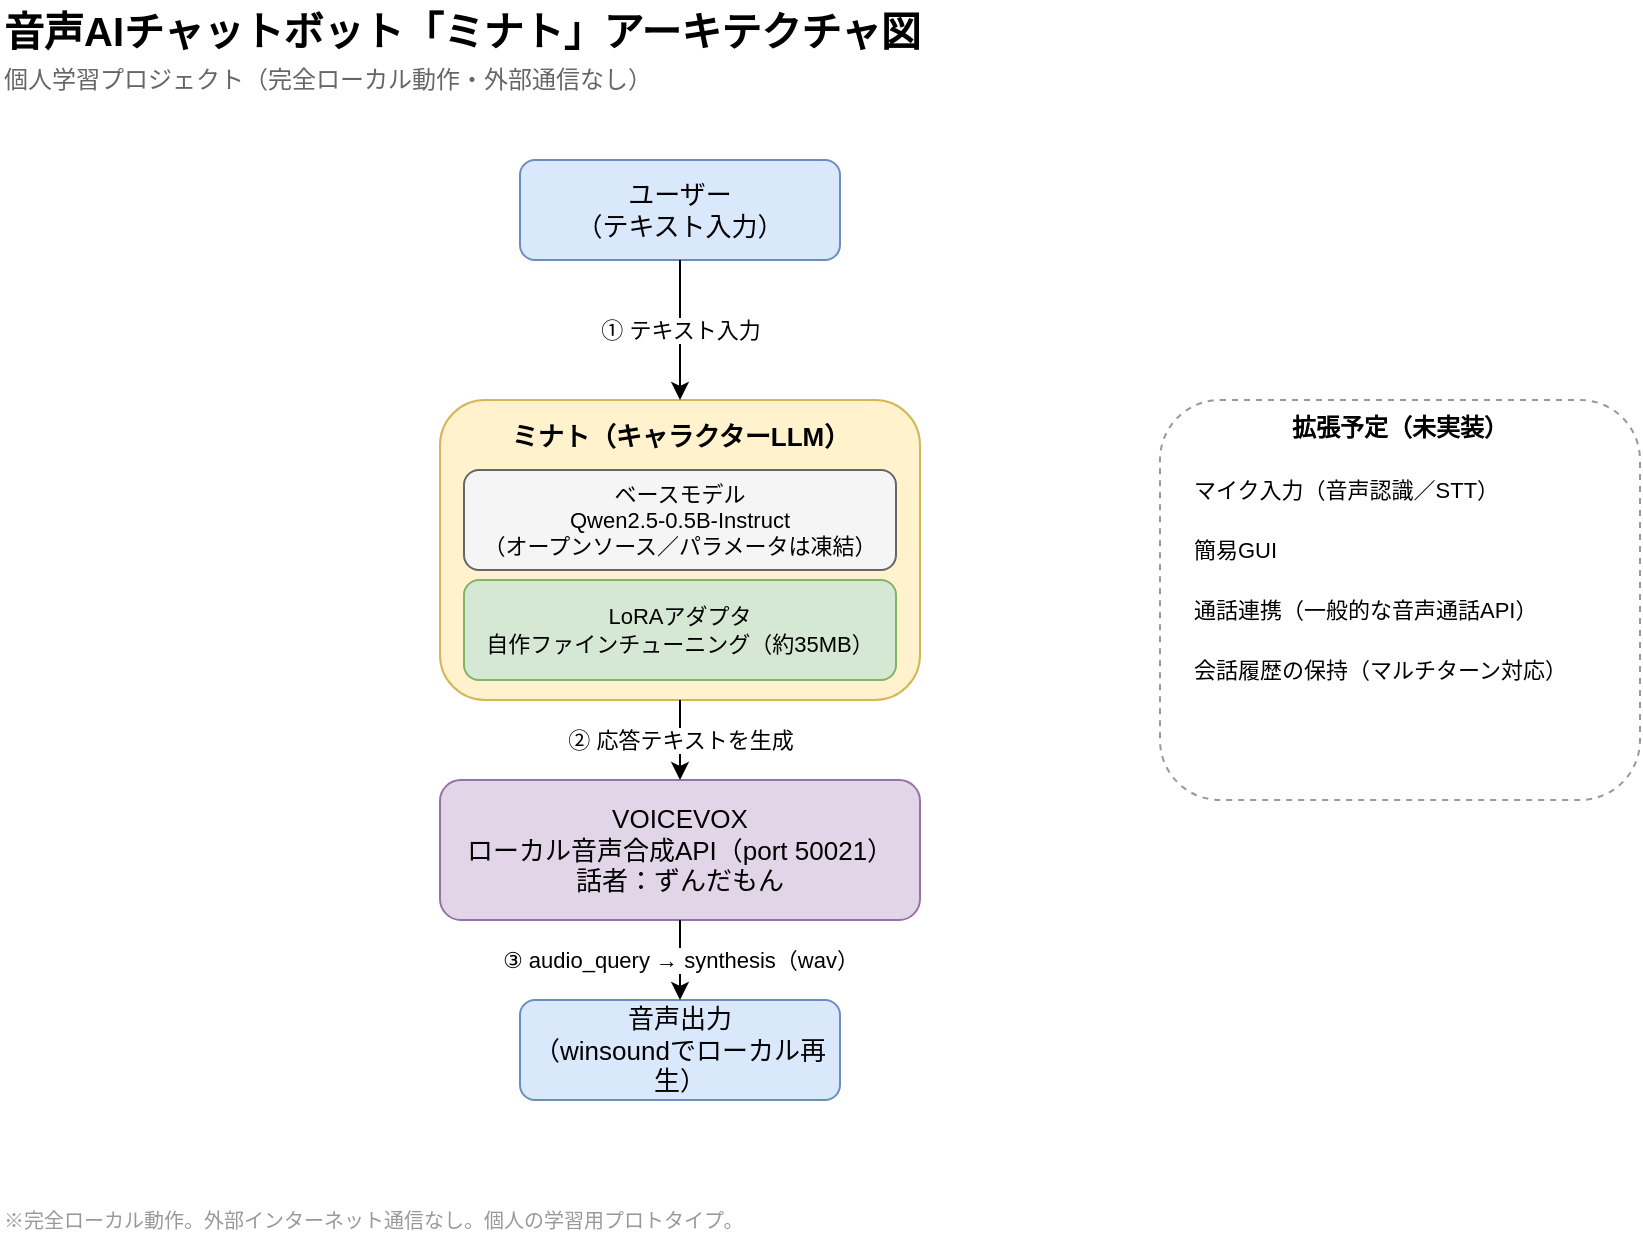
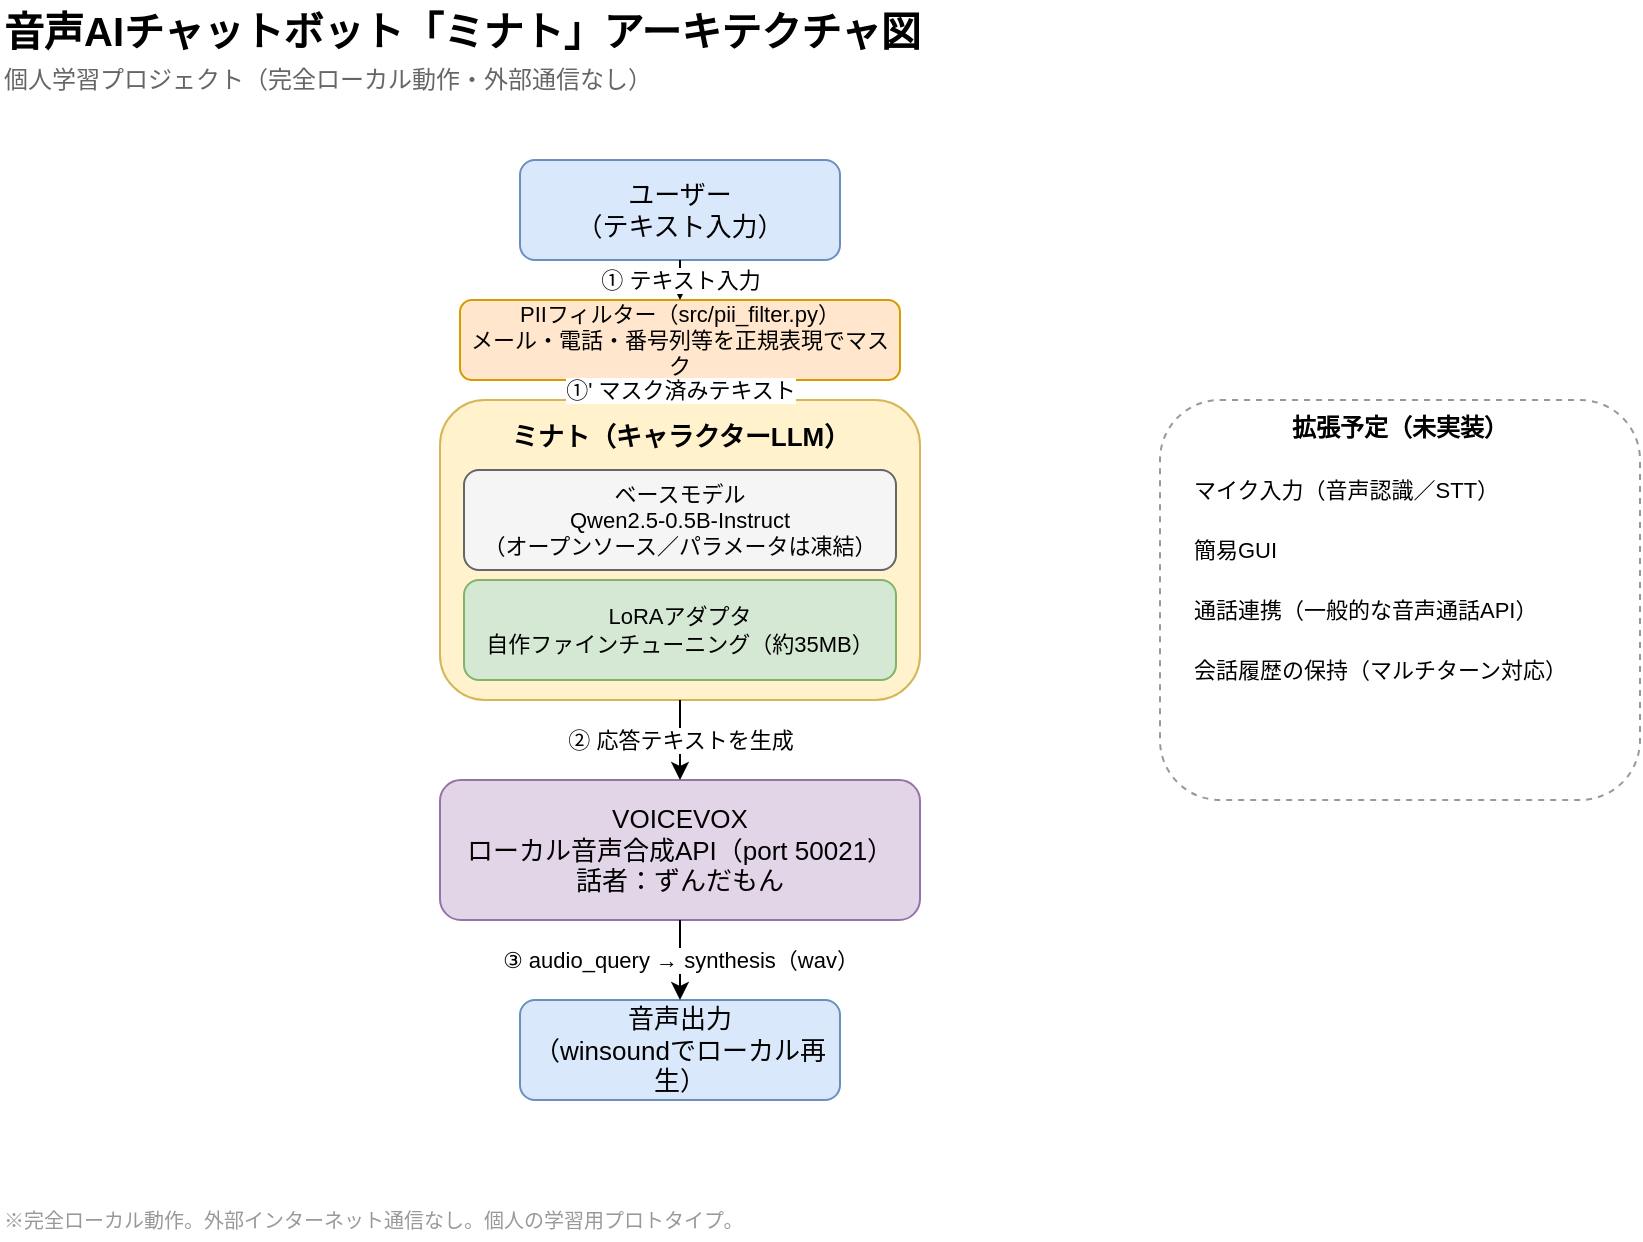
<?xml version="1.0" encoding="UTF-8"?>
<mxfile host="app.diagrams.net">
  <diagram id="minato-architecture" name="ミナト アーキテクチャ">
    <mxGraphModel dx="800" dy="600" grid="1" gridSize="10" guides="1" tooltips="1" connect="1" arrows="1" fold="1" page="1" pageScale="1" pageWidth="900" pageHeight="700" math="0" shadow="0">
      <root>
        <mxCell id="0" />
        <mxCell id="1" parent="0" />

        <!-- Title -->
        <mxCell id="title" value="音声AIチャットボット「ミナト」アーキテクチャ図" style="text;html=1;fontSize=20;fontStyle=1;align=left;verticalAlign=middle;" vertex="1" parent="1">
          <mxGeometry x="40" y="20" width="600" height="30" as="geometry" />
        </mxCell>
        <mxCell id="subtitle" value="個人学習プロジェクト（完全ローカル動作・外部通信なし）" style="text;html=1;fontSize=12;fontColor=#666666;align=left;verticalAlign=middle;" vertex="1" parent="1">
          <mxGeometry x="40" y="50" width="600" height="20" as="geometry" />
        </mxCell>

        <!-- User -->
        <mxCell id="user" value="ユーザー&lt;br&gt;（テキスト入力）" style="rounded=1;whiteSpace=wrap;html=1;fillColor=#DAE8FC;strokeColor=#6C8EBF;fontSize=13;" vertex="1" parent="1">
          <mxGeometry x="300" y="100" width="160" height="50" as="geometry" />
+         </mxCell>
+ 
+         <!-- PII filter (guardrail) -->
+         <mxCell id="piiFilter" value="PIIフィルター（src/pii_filter.py）&lt;br&gt;メール・電話・番号列等を正規表現でマスク" style="rounded=1;whiteSpace=wrap;html=1;fillColor=#FFE6CC;strokeColor=#D79B00;fontSize=11;" vertex="1" parent="1">
+           <mxGeometry x="270" y="170" width="220" height="40" as="geometry" />
        </mxCell>

        <!-- LLM container box (background) -->
        <mxCell id="llmBox" value="" style="rounded=1;whiteSpace=wrap;html=1;fillColor=#FFF2CC;strokeColor=#D6B656;verticalAlign=top;" vertex="1" parent="1">
          <mxGeometry x="260" y="220" width="240" height="150" as="geometry" />
        </mxCell>
        <mxCell id="llmTitle" value="ミナト（キャラクターLLM）" style="text;html=1;fontSize=13;fontStyle=1;align=center;verticalAlign=middle;" vertex="1" parent="1">
          <mxGeometry x="260" y="228" width="240" height="20" as="geometry" />
        </mxCell>
        <mxCell id="baseModel" value="ベースモデル&lt;br&gt;Qwen2.5-0.5B-Instruct&lt;br&gt;（オープンソース／パラメータは凍結）" style="rounded=1;whiteSpace=wrap;html=1;fillColor=#F5F5F5;strokeColor=#666666;fontSize=11;" vertex="1" parent="1">
          <mxGeometry x="272" y="255" width="216" height="50" as="geometry" />
        </mxCell>
        <mxCell id="loraModel" value="LoRAアダプタ&lt;br&gt;自作ファインチューニング（約35MB）" style="rounded=1;whiteSpace=wrap;html=1;fillColor=#D5E8D4;strokeColor=#82B366;fontSize=11;" vertex="1" parent="1">
          <mxGeometry x="272" y="310" width="216" height="50" as="geometry" />
        </mxCell>

        <!-- VOICEVOX -->
        <mxCell id="voicevox" value="VOICEVOX&lt;br&gt;ローカル音声合成API（port 50021）&lt;br&gt;話者：ずんだもん" style="rounded=1;whiteSpace=wrap;html=1;fillColor=#E1D5E7;strokeColor=#9673A6;fontSize=13;" vertex="1" parent="1">
          <mxGeometry x="260" y="410" width="240" height="70" as="geometry" />
        </mxCell>

        <!-- Output -->
        <mxCell id="output" value="音声出力&lt;br&gt;（winsoundでローカル再生）" style="rounded=1;whiteSpace=wrap;html=1;fillColor=#DAE8FC;strokeColor=#6C8EBF;fontSize=13;" vertex="1" parent="1">
          <mxGeometry x="300" y="520" width="160" height="50" as="geometry" />
        </mxCell>

        <!-- Edges -->
-         <mxCell id="e1" value="① テキスト入力" style="edgeStyle=orthogonalEdgeStyle;html=1;fontSize=11;" edge="1" parent="1" source="user" target="llmBox">
+         <mxCell id="e1" value="① テキスト入力" style="edgeStyle=orthogonalEdgeStyle;html=1;fontSize=11;" edge="1" parent="1" source="user" target="piiFilter">
+           <mxGeometry relative="1" as="geometry" />
+         </mxCell>
+         <mxCell id="e1b" value="①&#39; マスク済みテキスト" style="edgeStyle=orthogonalEdgeStyle;html=1;fontSize=11;" edge="1" parent="1" source="piiFilter" target="llmBox">
          <mxGeometry relative="1" as="geometry" />
        </mxCell>
        <mxCell id="e2" value="② 応答テキストを生成" style="edgeStyle=orthogonalEdgeStyle;html=1;fontSize=11;" edge="1" parent="1" source="llmBox" target="voicevox">
          <mxGeometry relative="1" as="geometry" />
        </mxCell>
        <mxCell id="e3" value="③ audio_query → synthesis（wav）" style="edgeStyle=orthogonalEdgeStyle;html=1;fontSize=11;" edge="1" parent="1" source="voicevox" target="output">
          <mxGeometry relative="1" as="geometry" />
        </mxCell>

        <!-- Future expansion box -->
        <mxCell id="futureBox" value="拡張予定（未実装）" style="rounded=1;whiteSpace=wrap;html=1;dashed=1;fillColor=none;strokeColor=#999999;verticalAlign=top;fontStyle=1;fontSize=12;align=center;" vertex="1" parent="1">
          <mxGeometry x="620" y="220" width="240" height="200" as="geometry" />
        </mxCell>
        <mxCell id="future1" value="マイク入力（音声認識／STT）" style="text;html=1;fontSize=11;align=left;verticalAlign=middle;" vertex="1" parent="1">
          <mxGeometry x="635" y="255" width="210" height="20" as="geometry" />
        </mxCell>
        <mxCell id="future2" value="簡易GUI" style="text;html=1;fontSize=11;align=left;verticalAlign=middle;" vertex="1" parent="1">
          <mxGeometry x="635" y="285" width="210" height="20" as="geometry" />
        </mxCell>
        <mxCell id="future3" value="通話連携（一般的な音声通話API）" style="text;html=1;fontSize=11;align=left;verticalAlign=middle;" vertex="1" parent="1">
          <mxGeometry x="635" y="315" width="210" height="20" as="geometry" />
        </mxCell>
        <mxCell id="future4" value="会話履歴の保持（マルチターン対応）" style="text;html=1;fontSize=11;align=left;verticalAlign=middle;" vertex="1" parent="1">
          <mxGeometry x="635" y="345" width="210" height="20" as="geometry" />
        </mxCell>

        <!-- Footer -->
        <mxCell id="footer" value="※完全ローカル動作。外部インターネット通信なし。個人の学習用プロトタイプ。" style="text;html=1;fontSize=10;fontColor=#999999;align=left;verticalAlign=middle;" vertex="1" parent="1">
          <mxGeometry x="40" y="620" width="600" height="20" as="geometry" />
        </mxCell>

      </root>
    </mxGraphModel>
  </diagram>
</mxfile>
